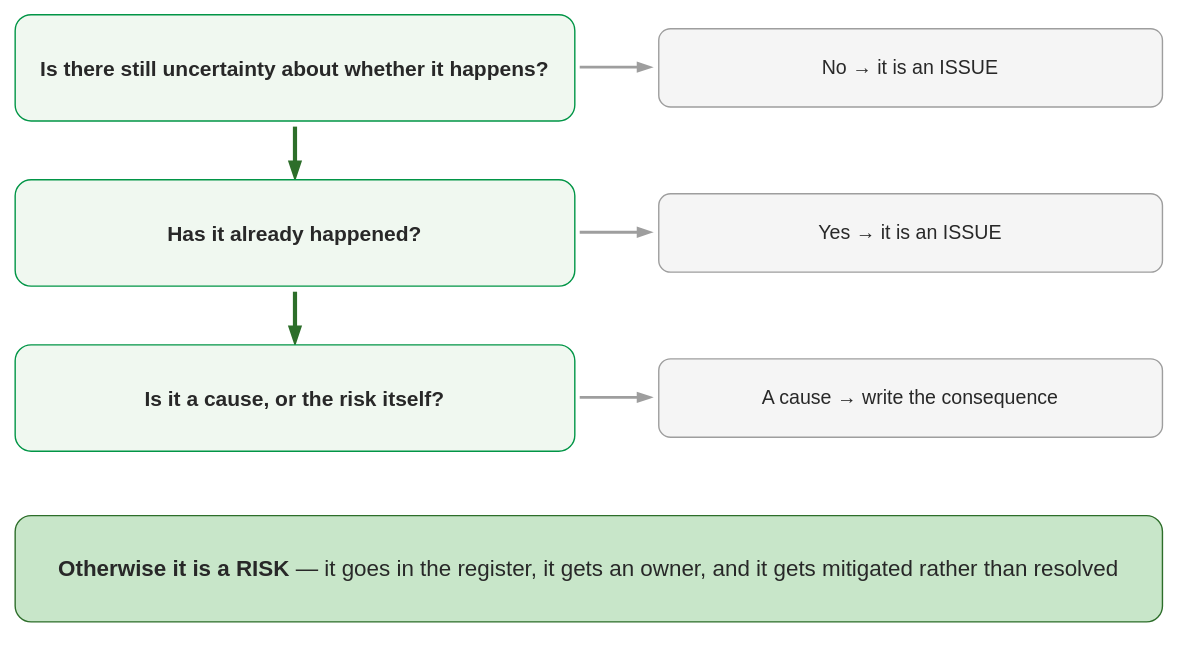
msdbok/msdbok.github.io keeps this draw.io diagram as content/needs/risks/risk-or-issue.svg. Above is the earlier version. Source tidied: cells renumbered, new cells last; positions are measured from the earlier drawing's top-left corner, leaving out a move shared by most shapes.
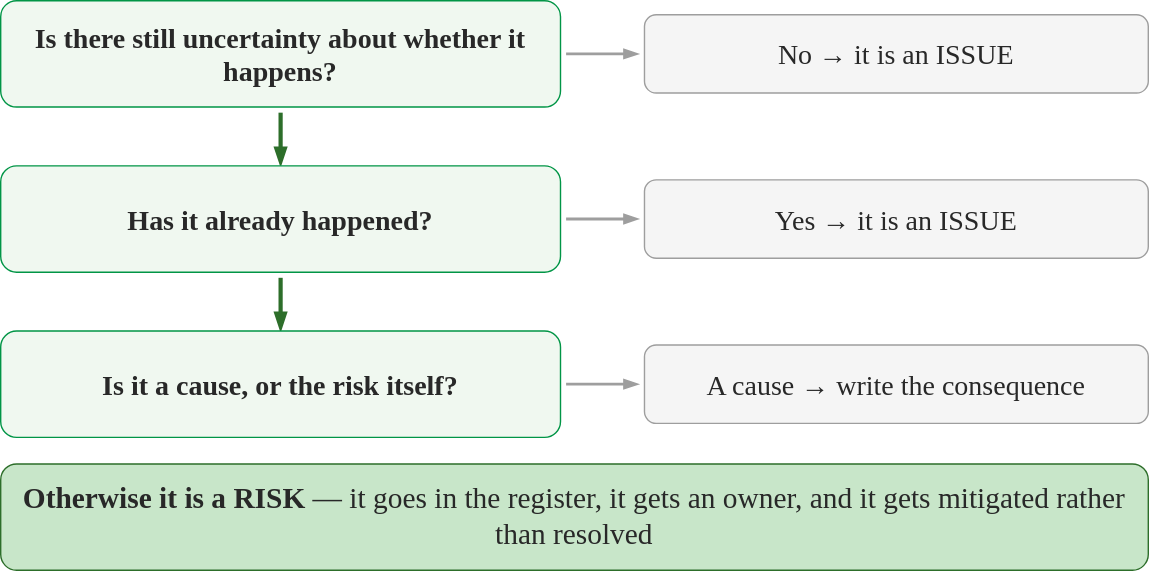
The same diagram one commit later.

What changed in the source:
```diff
@@ -2,10 +2,10 @@
   <root>
     <mxCell id="0" />
     <mxCell id="1" parent="0" />
-    <mxCell id="2" value="Is there still uncertainty about whether it happens?" style="rounded=1;whiteSpace=wrap;html=1;fillColor=#f0f8f0;strokeColor=#019546;fontFamily=Tahoma,Verdana,sans-serif;fontColor=#282828;fontSize=15;fontStyle=1;" parent="1" vertex="1">
+    <mxCell id="2" value="Is there still uncertainty about whether it happens?" style="rounded=1;whiteSpace=wrap;html=1;fillColor=#f0f8f0;strokeColor=#019546;fontFamily=Tahoma,Verdana,sans-serif;fontColor=#282828;fontSize=20;fontStyle=1;" parent="1" vertex="1">
       <mxGeometry width="400" height="76" as="geometry" />
     </mxCell>
-    <mxCell id="3" value="No → it is an ISSUE" style="rounded=1;whiteSpace=wrap;html=1;fillColor=#f5f5f5;strokeColor=#9e9e9e;fontFamily=Tahoma,Verdana,sans-serif;fontColor=#282828;fontSize=14;" parent="1" vertex="1">
+    <mxCell id="3" value="No → it is an ISSUE" style="rounded=1;whiteSpace=wrap;html=1;fillColor=#f5f5f5;strokeColor=#9e9e9e;fontFamily=Tahoma,Verdana,sans-serif;fontColor=#282828;fontSize=20;" parent="1" vertex="1">
       <mxGeometry x="460" y="10" width="360" height="56" as="geometry" />
     </mxCell>
     <mxCell id="4" style="endArrow=blockThin;html=1;strokeColor=#9e9e9e;strokeWidth=2;fontFamily=Tahoma,Verdana,sans-serif;fontColor=#282828;fontSize=13;dashed=0;curved=0;endFill=1;" parent="1" edge="1">
@@ -20,10 +20,10 @@
         <mxPoint x="200" y="118" as="targetPoint" />
       </mxGeometry>
     </mxCell>
-    <mxCell id="6" value="Has it already happened?" style="rounded=1;whiteSpace=wrap;html=1;fillColor=#f0f8f0;strokeColor=#019546;fontFamily=Tahoma,Verdana,sans-serif;fontColor=#282828;fontSize=15;fontStyle=1;" parent="1" vertex="1">
+    <mxCell id="6" value="Has it already happened?" style="rounded=1;whiteSpace=wrap;html=1;fillColor=#f0f8f0;strokeColor=#019546;fontFamily=Tahoma,Verdana,sans-serif;fontColor=#282828;fontSize=20;fontStyle=1;" parent="1" vertex="1">
       <mxGeometry y="118" width="400" height="76" as="geometry" />
     </mxCell>
-    <mxCell id="7" value="Yes → it is an ISSUE" style="rounded=1;whiteSpace=wrap;html=1;fillColor=#f5f5f5;strokeColor=#9e9e9e;fontFamily=Tahoma,Verdana,sans-serif;fontColor=#282828;fontSize=14;" parent="1" vertex="1">
+    <mxCell id="7" value="Yes → it is an ISSUE" style="rounded=1;whiteSpace=wrap;html=1;fillColor=#f5f5f5;strokeColor=#9e9e9e;fontFamily=Tahoma,Verdana,sans-serif;fontColor=#282828;fontSize=20;" parent="1" vertex="1">
       <mxGeometry x="460" y="128" width="360" height="56" as="geometry" />
     </mxCell>
     <mxCell id="8" style="endArrow=blockThin;html=1;strokeColor=#9e9e9e;strokeWidth=2;fontFamily=Tahoma,Verdana,sans-serif;fontColor=#282828;fontSize=13;dashed=0;curved=0;endFill=1;" parent="1" edge="1">
@@ -38,10 +38,10 @@
         <mxPoint x="200" y="236" as="targetPoint" />
       </mxGeometry>
     </mxCell>
-    <mxCell id="10" value="Is it a cause, or the risk itself?" style="rounded=1;whiteSpace=wrap;html=1;fillColor=#f0f8f0;strokeColor=#019546;fontFamily=Tahoma,Verdana,sans-serif;fontColor=#282828;fontSize=15;fontStyle=1;" parent="1" vertex="1">
+    <mxCell id="10" value="Is it a cause, or the risk itself?" style="rounded=1;whiteSpace=wrap;html=1;fillColor=#f0f8f0;strokeColor=#019546;fontFamily=Tahoma,Verdana,sans-serif;fontColor=#282828;fontSize=20;fontStyle=1;" parent="1" vertex="1">
       <mxGeometry y="236" width="400" height="76" as="geometry" />
     </mxCell>
-    <mxCell id="11" value="A cause → write the consequence" style="rounded=1;whiteSpace=wrap;html=1;fillColor=#f5f5f5;strokeColor=#9e9e9e;fontFamily=Tahoma,Verdana,sans-serif;fontColor=#282828;fontSize=14;" parent="1" vertex="1">
+    <mxCell id="11" value="A cause → write the consequence" style="rounded=1;whiteSpace=wrap;html=1;fillColor=#f5f5f5;strokeColor=#9e9e9e;fontFamily=Tahoma,Verdana,sans-serif;fontColor=#282828;fontSize=20;" parent="1" vertex="1">
       <mxGeometry x="460" y="246" width="360" height="56" as="geometry" />
     </mxCell>
     <mxCell id="12" style="endArrow=blockThin;html=1;strokeColor=#9e9e9e;strokeWidth=2;fontFamily=Tahoma,Verdana,sans-serif;fontColor=#282828;fontSize=13;dashed=0;curved=0;endFill=1;" parent="1" edge="1">
@@ -50,8 +50,8 @@
         <mxPoint x="456" y="274" as="targetPoint" />
       </mxGeometry>
     </mxCell>
-    <mxCell id="13" value="&lt;b&gt;Otherwise it is a RISK&lt;/b&gt; &amp;mdash; it goes in the register, it gets an owner, and it gets mitigated rather than resolved" style="rounded=1;whiteSpace=wrap;html=1;fillColor=#c8e6c9;strokeColor=#2D6E2A;fontFamily=Tahoma,Verdana,sans-serif;fontColor=#282828;fontSize=16;" parent="1" vertex="1">
-      <mxGeometry y="358" width="820" height="76" as="geometry" />
+    <mxCell id="13" value="&lt;b&gt;Otherwise it is a RISK&lt;/b&gt; — it goes in the register, it gets an owner, and it gets mitigated rather than resolved" style="rounded=1;whiteSpace=wrap;html=1;fillColor=#c8e6c9;strokeColor=#2D6E2A;fontFamily=Tahoma,Verdana,sans-serif;fontColor=#282828;fontSize=21;" parent="1" vertex="1">
+      <mxGeometry y="331" width="820" height="76" as="geometry" />
     </mxCell>
   </root>
 </mxGraphModel>
```
